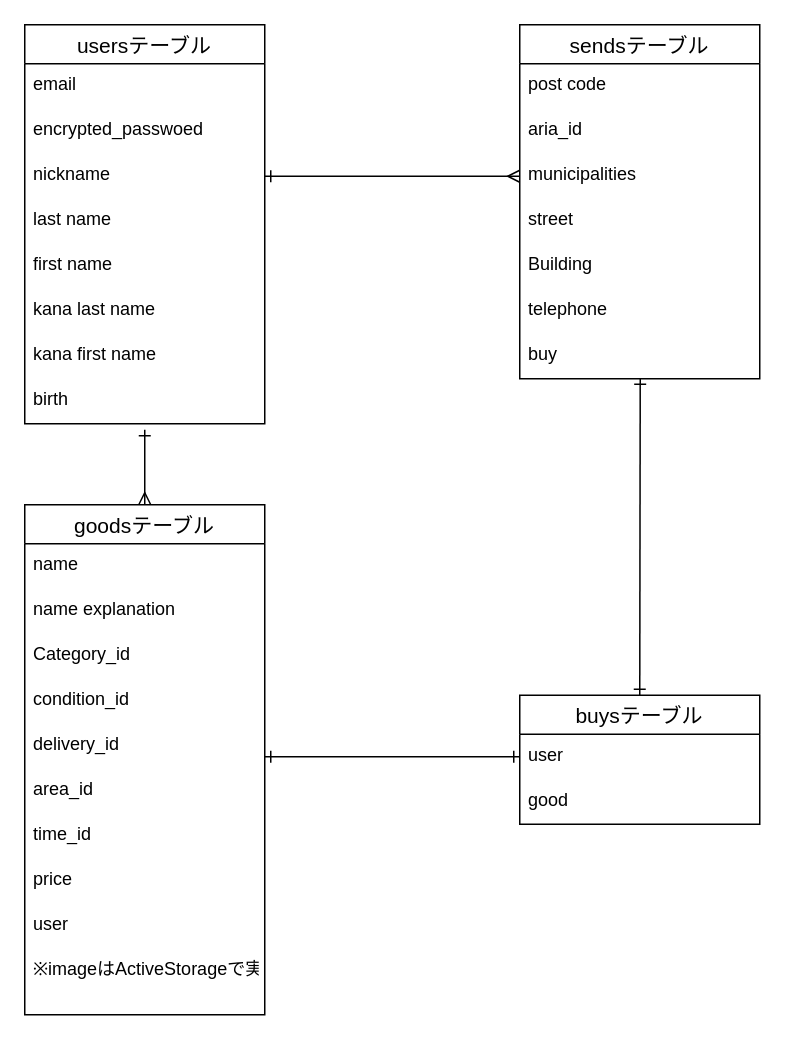
The draw.io diagram furima.dio in hosomikazuhito/furima-40600, before the edit. Source tidied: cells renumbered, new cells numbered last; positions are measured from the earlier drawing's top-left corner, leaving out a move shared by most shapes. Both pictures are drawn from the tidied source at 150%, with x=0, y=0 at pixel (24, 24).
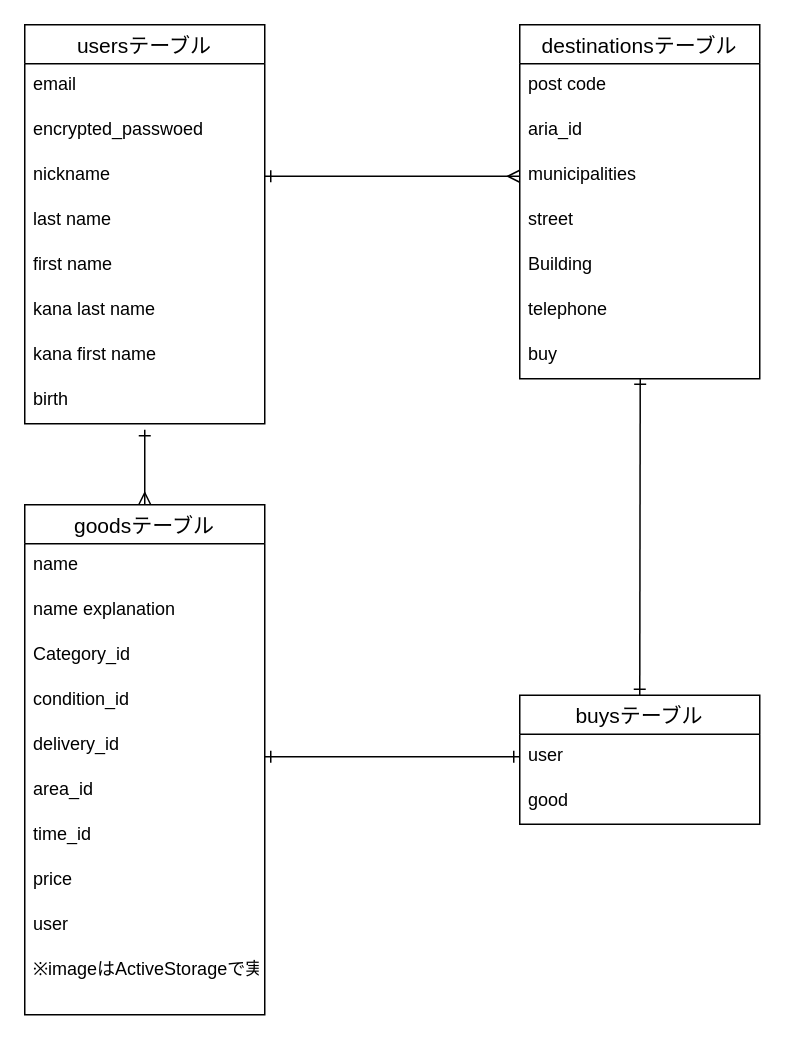
Above is the later version.

Commit message (it also covers changes not shown here):
データベース設計修正依頼２

The edit, as a diff of the source:
```diff
@@
-    <mxCell id="11" value="sendsテーブル" style="swimlane;fontStyle=0;horizontal=1;startSize=26;align=center;fontSize=14;" parent="1" vertex="1">
+    <mxCell id="11" value="destinationsテーブル" style="swimlane;fontStyle=0;horizontal=1;startSize=26;align=center;fontSize=14;" parent="1" vertex="1">
       <mxGeometry x="330" width="160" height="236" as="geometry" />
     </mxCell>
```
